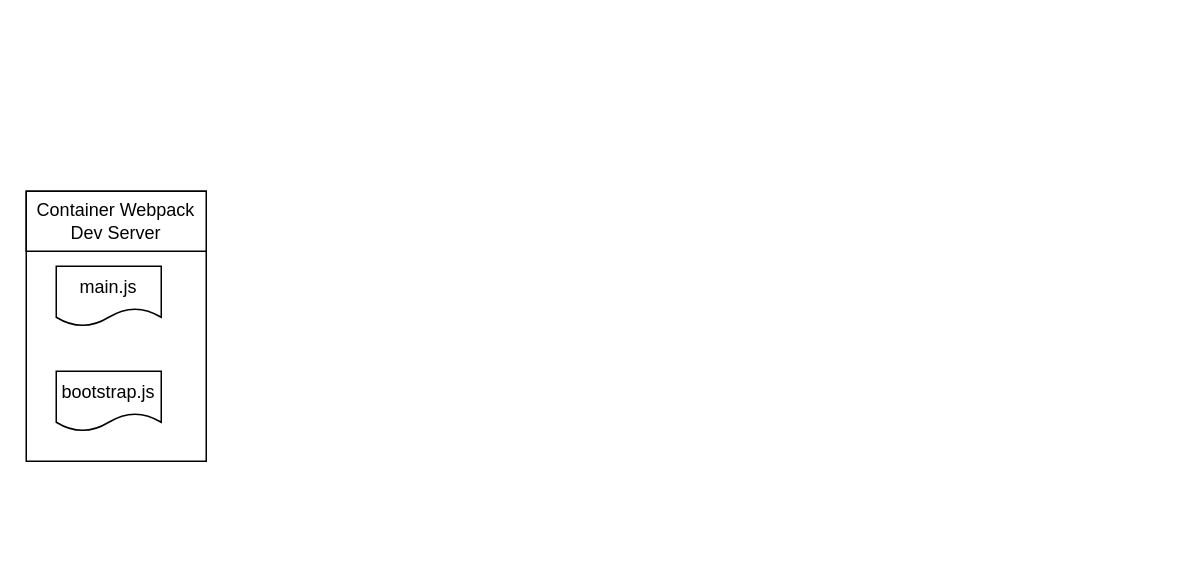
Earlier version of the draw.io diagram page "Integration" (3 of 3) of ui/micro/integration/Frontend-Integration.drawio (afflato/system). Source tidied: cells renumbered, new cells numbered last; positions are measured from the earlier drawing's top-left corner, leaving out a move shared by most shapes. Both pictures are drawn from the tidied source at 150%, with x=0, y=0 at pixel (26, 190).
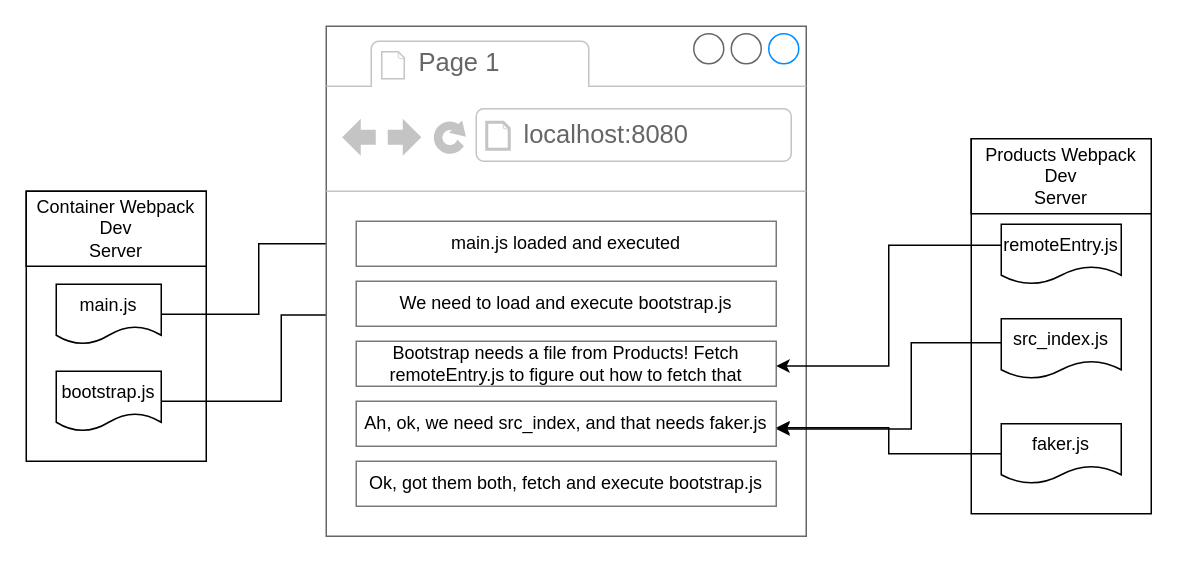
Above is the later version.

The change refers to these unchanged cells:
```xml
<mxCell id="5" value="bootstrap.js" style="shape=document;whiteSpace=wrap;html=1;boundedLbl=1;" parent="1" vertex="1">
  <mxGeometry x="20" y="120" width="70" height="40" as="geometry" />
</mxCell>
```

What changed in the source:
```diff
@@
-    <mxCell id="3" value="Container Webpack Dev Server" style="rounded=0;whiteSpace=wrap;html=1;" parent="1" vertex="1">
-      <mxGeometry width="120" height="40" as="geometry" />
+    <mxCell id="3" value="Container Webpack Dev &lt;br&gt;Server" style="rounded=0;whiteSpace=wrap;html=1;" parent="1" vertex="1">
+      <mxGeometry width="120" height="50" as="geometry" />
     </mxCell>
+    <mxCell id="6" style="edgeStyle=orthogonalEdgeStyle;rounded=0;jettySize=auto;html=1;entryX=0;entryY=0.5;entryDx=0;entryDy=0;" parent="1" edge="1" source="4" target="11">
+      <mxGeometry relative="1" as="geometry" />
+    </mxCell>
     <mxCell id="4" value="main.js" style="shape=document;whiteSpace=wrap;html=1;boundedLbl=1;" parent="1" vertex="1">
-      <mxGeometry x="20" y="50" width="70" height="40" as="geometry" />
+      <mxGeometry x="20" y="62" width="70" height="40" as="geometry" />
     </mxCell>
+    <mxCell id="7" style="edgeStyle=orthogonalEdgeStyle;rounded=0;jettySize=auto;html=1;entryX=0;entryY=0.75;entryDx=0;entryDy=0;" parent="1" edge="1" source="5" target="12">
+      <mxGeometry relative="1" as="geometry">
+        <Array as="points">
+          <mxPoint x="170" y="140" />
+          <mxPoint x="170" y="82" />
+        </Array>
+      </mxGeometry>
+    </mxCell>
@@
+    <mxCell id="8" style="strokeWidth=1;shadow=0;dashed=0;align=center;html=1;shape=mxgraph.mockup.containers.browserWindow;rSize=0;strokeColor=#666666;strokeColor2=#008cff;strokeColor3=#c4c4c4;mainText=,;" parent="1" vertex="1">
+      <mxGeometry x="200" y="-110" width="320" height="340" as="geometry" />
+    </mxCell>
+    <mxCell id="9" value="Page 1" style="strokeWidth=1;shadow=0;dashed=0;align=center;html=1;shape=mxgraph.mockup.containers.anchor;fontSize=17;fontColor=#666666;align=left;whiteSpace=wrap;" parent="8" vertex="1">
+      <mxGeometry x="60" y="12" width="110" height="26" as="geometry" />
+    </mxCell>
+    <mxCell id="10" value="localhost:8080" style="strokeWidth=1;shadow=0;dashed=0;align=center;html=1;shape=mxgraph.mockup.containers.anchor;rSize=0;fontSize=17;fontColor=#666666;align=left;" parent="8" vertex="1">
+      <mxGeometry x="130" y="60" width="150" height="26" as="geometry" />
+    </mxCell>
+    <mxCell id="11" value="main.js loaded and executed" style="rounded=0;whiteSpace=wrap;html=1;strokeColor=#7A7A7A;" parent="8" vertex="1">
+      <mxGeometry x="20" y="130" width="280" height="30" as="geometry" />
+    </mxCell>
+    <mxCell id="12" value="We need to load and execute bootstrap.js" style="rounded=0;whiteSpace=wrap;html=1;strokeColor=#7A7A7A;" parent="8" vertex="1">
+      <mxGeometry x="20" y="170" width="280" height="30" as="geometry" />
+    </mxCell>
+    <mxCell id="13" value="Bootstrap needs a file from Products! Fetch remoteEntry.js to figure out how to fetch that" style="rounded=0;whiteSpace=wrap;html=1;strokeColor=#7A7A7A;" parent="8" vertex="1">
+      <mxGeometry x="20" y="210" width="280" height="30" as="geometry" />
+    </mxCell>
+    <mxCell id="14" value="Ah, ok, we need src_index, and that needs faker.js" style="rounded=0;whiteSpace=wrap;html=1;strokeColor=#7A7A7A;" parent="8" vertex="1">
+      <mxGeometry x="20" y="250" width="280" height="30" as="geometry" />
+    </mxCell>
+    <mxCell id="15" value="Ok, got them both, fetch and execute bootstrap.js" style="rounded=0;whiteSpace=wrap;html=1;strokeColor=#7A7A7A;" parent="8" vertex="1">
+      <mxGeometry x="20" y="290" width="280" height="30" as="geometry" />
+    </mxCell>
+    <mxCell id="16" style="rounded=0;whiteSpace=wrap;html=1;" parent="1" vertex="1">
+      <mxGeometry x="630" y="-35" width="120" height="250" as="geometry" />
+    </mxCell>
+    <mxCell id="17" value="Products Webpack Dev &lt;br&gt;Server" style="rounded=0;whiteSpace=wrap;html=1;" parent="1" vertex="1">
+      <mxGeometry x="630" y="-35" width="120" height="50" as="geometry" />
+    </mxCell>
+    <mxCell id="18" style="edgeStyle=orthogonalEdgeStyle;rounded=0;orthogonalLoop=1;jettySize=auto;html=1;entryX=1;entryY=0.75;entryDx=0;entryDy=0;" parent="1" edge="1">
+      <mxGeometry relative="1" as="geometry">
+        <mxPoint x="650" y="36" as="sourcePoint" />
+        <mxPoint x="500" y="116.5" as="targetPoint" />
+        <Array as="points">
+          <mxPoint x="575" y="36" />
+          <mxPoint x="575" y="116" />
+        </Array>
+      </mxGeometry>
+    </mxCell>
+    <mxCell id="19" value="remoteEntry.js" style="shape=document;whiteSpace=wrap;html=1;boundedLbl=1;" parent="1" vertex="1">
+      <mxGeometry x="650" y="22" width="80" height="40" as="geometry" />
+    </mxCell>
+    <mxCell id="20" style="edgeStyle=orthogonalEdgeStyle;rounded=0;orthogonalLoop=1;jettySize=auto;html=1;entryX=1;entryY=0.75;entryDx=0;entryDy=0;" parent="1" edge="1">
+      <mxGeometry relative="1" as="geometry">
+        <mxPoint x="650" y="101" as="sourcePoint" />
+        <mxPoint x="500" y="158.5" as="targetPoint" />
+        <Array as="points">
+          <mxPoint x="590" y="101" />
+          <mxPoint x="590" y="158" />
+        </Array>
+      </mxGeometry>
+    </mxCell>
+    <mxCell id="21" value="src_index.js" style="shape=document;whiteSpace=wrap;html=1;boundedLbl=1;" parent="1" vertex="1">
+      <mxGeometry x="650" y="85" width="80" height="40" as="geometry" />
+    </mxCell>
+    <mxCell id="22" value="faker.js" style="shape=document;whiteSpace=wrap;html=1;boundedLbl=1;" parent="1" vertex="1">
+      <mxGeometry x="650" y="155" width="80" height="40" as="geometry" />
+    </mxCell>
+    <mxCell id="23" style="edgeStyle=orthogonalEdgeStyle;rounded=0;jettySize=auto;html=1;entryX=1;entryY=0.587;entryDx=0;entryDy=0;entryPerimeter=0;" parent="1" edge="1" source="22" target="14">
+      <mxGeometry relative="1" as="geometry" />
+    </mxCell>
```
